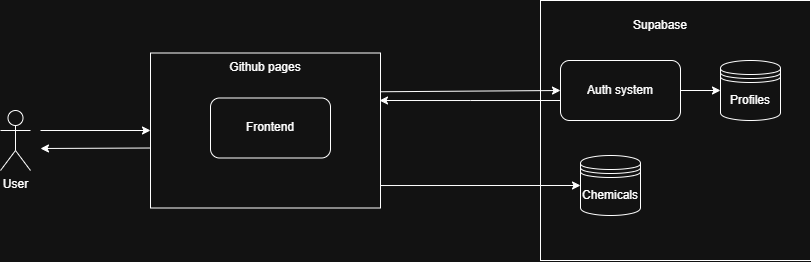
This is Architectural_design/UML_charts/UML-deployment diagram.drawio.png from foxesdancing/Chemical-Register-OHTUII, a draw.io export, as it was before one commit. Source tidied: cells renumbered, new cells last; positions are measured from the earlier drawing's top-left corner, leaving out a move shared by most shapes.
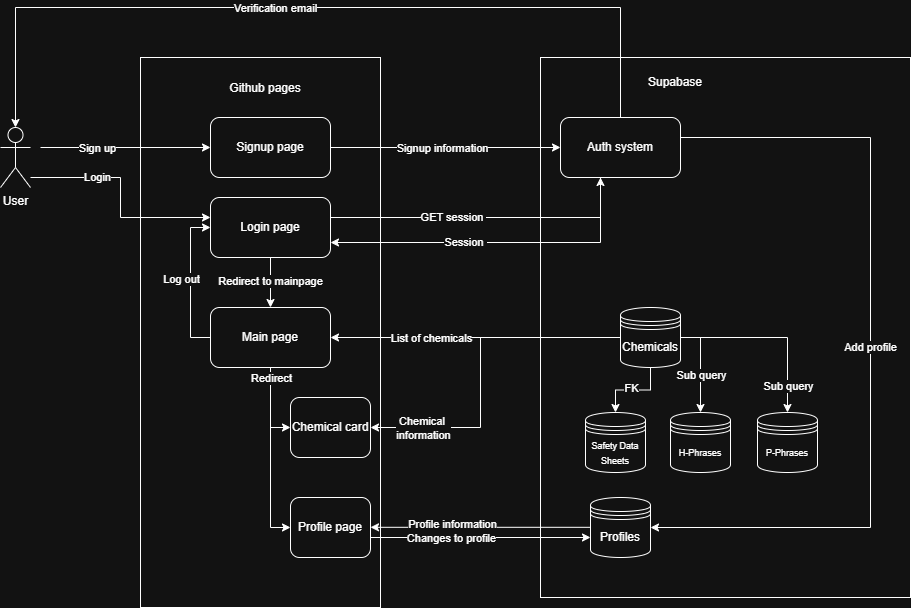
After the commit.

Commit message:
Added the list functionality using RPC from supabase and new Javascript code, also left the old one

The edit, as a diff of the source:
```diff
@@ -3,59 +3,233 @@
     <mxCell id="0" />
     <mxCell id="1" parent="0" />
     <mxCell id="2" value="User" style="shape=umlActor;verticalLabelPosition=bottom;verticalAlign=top;html=1;outlineConnect=0;" parent="1" vertex="1">
-      <mxGeometry y="110" width="30" height="60" as="geometry" />
+      <mxGeometry y="70" width="30" height="60" as="geometry" />
     </mxCell>
     <mxCell id="3" style="rounded=0;whiteSpace=wrap;html=1;" parent="1" vertex="1">
-      <mxGeometry x="150" y="52.5" width="230" height="155" as="geometry" />
+      <mxGeometry x="140" width="240" height="550" as="geometry" />
     </mxCell>
-    <mxCell id="4" value="Frontend" style="rounded=1;whiteSpace=wrap;html=1;" parent="1" vertex="1">
-      <mxGeometry x="210" y="97.5" width="120" height="60" as="geometry" />
+    <mxCell id="4" value="Signup page" style="rounded=1;whiteSpace=wrap;html=1;" parent="1" vertex="1">
+      <mxGeometry x="210" y="60" width="120" height="60" as="geometry" />
     </mxCell>
     <mxCell id="5" value="Github pages" style="text;html=1;whiteSpace=wrap;strokeColor=none;fillColor=none;align=center;verticalAlign=middle;rounded=0;" parent="1" vertex="1">
-      <mxGeometry x="220" y="52.5" width="90" height="30" as="geometry" />
+      <mxGeometry x="220" y="10" width="90" height="42.5" as="geometry" />
     </mxCell>
-    <mxCell id="6" style="endArrow=classic;html=1;rounded=0;entryX=0;entryY=0.5;entryDx=0;entryDy=0;" parent="1" edge="1" target="3">
+    <mxCell id="6" style="endArrow=classic;html=1;rounded=0;entryX=0;entryY=0.5;entryDx=0;entryDy=0;" parent="1" edge="1" target="4">
       <mxGeometry relative="1" as="geometry">
-        <mxPoint x="40" y="130" as="sourcePoint" />
+        <mxPoint x="40" y="90" as="sourcePoint" />
       </mxGeometry>
     </mxCell>
-    <mxCell id="7" style="endArrow=classic;html=1;rounded=0;exitX=0;exitY=0.613;exitDx=0;exitDy=0;exitPerimeter=0;" parent="1" edge="1" source="3">
-      <mxGeometry relative="1" as="geometry">
-        <mxPoint x="40" y="148" as="targetPoint" />
-      </mxGeometry>
-    </mxCell>
+    <mxCell id="17" value="Sign up" style="edgeLabel;html=1;align=center;verticalAlign=middle;" parent="6" vertex="1">
+      <mxGeometry x="-0.34" relative="1" as="geometry" />
+    </mxCell>
     <mxCell id="8" style="rounded=0;whiteSpace=wrap;html=1;" parent="1" vertex="1">
-      <mxGeometry x="540" width="270" height="260" as="geometry" />
+      <mxGeometry x="540" width="370" height="540" as="geometry" />
     </mxCell>
     <mxCell id="9" value="Supabase" style="text;html=1;whiteSpace=wrap;strokeColor=none;fillColor=none;align=center;verticalAlign=middle;rounded=0;" parent="1" vertex="1">
-      <mxGeometry x="630" y="10" width="60" height="30" as="geometry" />
+      <mxGeometry x="645" y="10" width="60" height="30" as="geometry" />
     </mxCell>
-    <mxCell id="10" style="edgeStyle=orthogonalEdgeStyle;rounded=0;jettySize=auto;html=1;" parent="1" edge="1" source="11" target="12">
-      <mxGeometry relative="1" as="geometry" />
+    <mxCell id="10" value="Add profile" style="edgeStyle=orthogonalEdgeStyle;rounded=0;jettySize=auto;html=1;exitX=1;exitY=0.5;exitDx=0;exitDy=0;entryX=1;entryY=0.5;entryDx=0;entryDy=0;" parent="1" edge="1" target="12">
+      <mxGeometry relative="1" as="geometry">
+        <mxPoint x="680" y="80" as="sourcePoint" />
+        <Array as="points">
+          <mxPoint x="870" y="80" />
+          <mxPoint x="870" y="470" />
+        </Array>
+      </mxGeometry>
     </mxCell>
+    <mxCell id="18" style="edgeStyle=orthogonalEdgeStyle;rounded=0;jettySize=auto;html=1;entryX=0.5;entryY=0;entryDx=0;entryDy=0;entryPerimeter=0;exitX=0.5;exitY=0;exitDx=0;exitDy=0;" parent="1" edge="1" source="11" target="2">
+      <mxGeometry relative="1" as="geometry">
+        <Array as="points">
+          <mxPoint x="620" y="-50" />
+          <mxPoint x="15" y="-50" />
+        </Array>
+      </mxGeometry>
+    </mxCell>
+    <mxCell id="19" value="Verification email" style="edgeLabel;html=1;align=center;verticalAlign=middle;" parent="18" vertex="1">
+      <mxGeometry x="0.09" relative="1" as="geometry" />
+    </mxCell>
+    <mxCell id="20" style="edgeStyle=orthogonalEdgeStyle;rounded=0;jettySize=auto;html=1;entryX=1;entryY=0.75;entryDx=0;entryDy=0;" parent="1" edge="1" source="11" target="39">
+      <mxGeometry relative="1" as="geometry">
+        <Array as="points">
+          <mxPoint x="600" y="185" />
+        </Array>
+      </mxGeometry>
+    </mxCell>
+    <mxCell id="21" value="Session&amp;nbsp;" style="edgeLabel;html=1;align=center;verticalAlign=middle;" parent="20" vertex="1">
+      <mxGeometry x="0.2" y="-2" relative="1" as="geometry">
+        <mxPoint y="1" as="offset" />
+      </mxGeometry>
+    </mxCell>
     <mxCell id="11" value="Auth system" style="rounded=1;whiteSpace=wrap;html=1;" parent="1" vertex="1">
       <mxGeometry x="560" y="60" width="120" height="60" as="geometry" />
     </mxCell>
+    <mxCell id="22" style="edgeStyle=orthogonalEdgeStyle;rounded=0;orthogonalLoop=1;jettySize=auto;html=1;entryX=1;entryY=0.333;entryDx=0;entryDy=0;entryPerimeter=0;" parent="1" edge="1">
+      <mxGeometry relative="1" as="geometry">
+        <mxPoint x="590" y="469.8" as="sourcePoint" />
+        <mxPoint x="370" y="469.8" as="targetPoint" />
+        <Array as="points">
+          <mxPoint x="540" y="469.8" />
+          <mxPoint x="540" y="469.8" />
+        </Array>
+      </mxGeometry>
+    </mxCell>
+    <mxCell id="23" value="Profile information" style="edgeLabel;html=1;align=center;verticalAlign=middle;" parent="22" vertex="1">
+      <mxGeometry x="0.64" y="-3" relative="1" as="geometry">
+        <mxPoint x="41" as="offset" />
+      </mxGeometry>
+    </mxCell>
     <mxCell id="12" value="Profiles" style="shape=datastore;whiteSpace=wrap;html=1;" parent="1" vertex="1">
-      <mxGeometry x="720" y="60" width="60" height="60" as="geometry" />
+      <mxGeometry x="590" y="440" width="60" height="60" as="geometry" />
     </mxCell>
+    <mxCell id="24" style="edgeStyle=orthogonalEdgeStyle;rounded=0;jettySize=auto;html=1;entryX=1;entryY=0.5;entryDx=0;entryDy=0;" parent="1" edge="1" source="13" target="47">
+      <mxGeometry relative="1" as="geometry" />
+    </mxCell>
+    <mxCell id="25" value="List of chemicals" style="edgeLabel;html=1;align=center;verticalAlign=middle;" parent="24" vertex="1">
+      <mxGeometry x="0.28" y="3" relative="1" as="geometry">
+        <mxPoint x="-5" y="-3" as="offset" />
+      </mxGeometry>
+    </mxCell>
+    <mxCell id="26" style="edgeStyle=orthogonalEdgeStyle;rounded=0;jettySize=auto;html=1;entryX=0.5;entryY=0;entryDx=0;entryDy=0;exitX=1;exitY=0.7;exitDx=0;exitDy=0;" parent="1" edge="1" source="13" target="49">
+      <mxGeometry relative="1" as="geometry">
+        <Array as="points">
+          <mxPoint x="680" y="280" />
+          <mxPoint x="700" y="280" />
+        </Array>
+      </mxGeometry>
+    </mxCell>
+    <mxCell id="27" value="Sub query" style="edgeLabel;html=1;align=center;verticalAlign=middle;" parent="26" vertex="1">
+      <mxGeometry x="-0.1" y="3" relative="1" as="geometry">
+        <mxPoint x="-3" y="21" as="offset" />
+      </mxGeometry>
+    </mxCell>
+    <mxCell id="28" style="edgeStyle=orthogonalEdgeStyle;rounded=0;jettySize=auto;html=1;entryX=0.5;entryY=0;entryDx=0;entryDy=0;" parent="1" edge="1" source="13" target="50">
+      <mxGeometry relative="1" as="geometry">
+        <Array as="points">
+          <mxPoint x="787" y="280" />
+        </Array>
+      </mxGeometry>
+    </mxCell>
+    <mxCell id="29" value="Sub query" style="edgeLabel;html=1;align=center;verticalAlign=middle;" parent="28" vertex="1">
+      <mxGeometry x="0.67" relative="1" as="geometry">
+        <mxPoint y="3" as="offset" />
+      </mxGeometry>
+    </mxCell>
+    <mxCell id="30" style="edgeStyle=orthogonalEdgeStyle;rounded=0;jettySize=auto;html=1;entryX=0.5;entryY=0;entryDx=0;entryDy=0;" parent="1" edge="1" source="13" target="48">
+      <mxGeometry relative="1" as="geometry" />
+    </mxCell>
+    <mxCell id="31" value="FK" style="edgeLabel;html=1;align=center;verticalAlign=middle;" parent="30" vertex="1">
+      <mxGeometry x="0.33" y="-3" relative="1" as="geometry">
+        <mxPoint x="11" y="1" as="offset" />
+      </mxGeometry>
+    </mxCell>
+    <mxCell id="32" style="edgeStyle=orthogonalEdgeStyle;rounded=0;jettySize=auto;html=1;entryX=1;entryY=0.5;entryDx=0;entryDy=0;" parent="1" edge="1" source="13" target="54">
+      <mxGeometry relative="1" as="geometry">
+        <Array as="points">
+          <mxPoint x="480" y="280" />
+          <mxPoint x="480" y="370" />
+        </Array>
+      </mxGeometry>
+    </mxCell>
+    <mxCell id="33" value="Chemical&amp;nbsp;&lt;div&gt;information&lt;/div&gt;" style="edgeLabel;html=1;align=center;verticalAlign=middle;" parent="32" vertex="1">
+      <mxGeometry x="0.8" y="-3" relative="1" as="geometry">
+        <mxPoint x="18" y="3" as="offset" />
+      </mxGeometry>
+    </mxCell>
     <mxCell id="13" value="Chemicals" style="shape=datastore;whiteSpace=wrap;html=1;" parent="1" vertex="1">
-      <mxGeometry x="580" y="155" width="60" height="60" as="geometry" />
+      <mxGeometry x="620" y="250" width="60" height="60" as="geometry" />
     </mxCell>
-    <mxCell id="14" style="endArrow=classic;html=1;rounded=0;entryX=0;entryY=0.5;entryDx=0;entryDy=0;exitX=1;exitY=0.25;exitDx=0;exitDy=0;" parent="1" edge="1" source="3" target="11">
+    <mxCell id="14" style="endArrow=classic;html=1;rounded=0;entryX=0;entryY=0.5;entryDx=0;entryDy=0;" parent="1" edge="1" source="4" target="11">
       <mxGeometry relative="1" as="geometry" />
     </mxCell>
-    <mxCell id="15" style="endArrow=classic;html=1;rounded=0;exitX=0;exitY=0.833;exitDx=0;exitDy=0;exitPerimeter=0;" parent="1" edge="1">
-      <mxGeometry relative="1" as="geometry">
-        <mxPoint x="560" y="100" as="sourcePoint" />
-        <mxPoint x="379" y="100" as="targetPoint" />
-        <Array as="points">
-          <mxPoint x="470" y="100" />
-        </Array>
-      </mxGeometry>
-    </mxCell>
-    <mxCell id="16" style="endArrow=classic;html=1;rounded=0;entryX=0;entryY=0.5;entryDx=0;entryDy=0;exitX=1;exitY=0.855;exitDx=0;exitDy=0;exitPerimeter=0;" parent="1" edge="1" source="3" target="13">
-      <mxGeometry relative="1" as="geometry" />
-    </mxCell>
+    <mxCell id="34" value="Signup information" style="edgeLabel;html=1;align=center;verticalAlign=middle;" parent="14" vertex="1">
+      <mxGeometry x="-0.24" relative="1" as="geometry">
+        <mxPoint x="23" as="offset" />
+      </mxGeometry>
+    </mxCell>
+    <mxCell id="35" style="edgeStyle=orthogonalEdgeStyle;rounded=0;jettySize=auto;html=1;" parent="1" edge="1" source="39">
+      <mxGeometry relative="1" as="geometry">
+        <mxPoint x="600" y="120" as="targetPoint" />
+        <Array as="points">
+          <mxPoint x="600" y="160" />
+          <mxPoint x="600" y="120" />
+        </Array>
+      </mxGeometry>
+    </mxCell>
+    <mxCell id="36" value="GET session&amp;nbsp;" style="edgeLabel;html=1;align=center;verticalAlign=middle;" parent="35" vertex="1">
+      <mxGeometry x="-0.12" y="1" relative="1" as="geometry">
+        <mxPoint x="-15" as="offset" />
+      </mxGeometry>
+    </mxCell>
+    <mxCell id="37" style="edgeStyle=orthogonalEdgeStyle;rounded=0;jettySize=auto;html=1;entryX=0.5;entryY=0;entryDx=0;entryDy=0;" parent="1" edge="1" source="39" target="47">
+      <mxGeometry relative="1" as="geometry" />
+    </mxCell>
+    <mxCell id="38" value="Redirect to mainpage" style="edgeLabel;html=1;align=center;verticalAlign=middle;" parent="37" vertex="1">
+      <mxGeometry x="-0.09" y="-1" relative="1" as="geometry" />
+    </mxCell>
+    <mxCell id="39" value="Login page" style="rounded=1;whiteSpace=wrap;html=1;" parent="1" vertex="1">
+      <mxGeometry x="210" y="140" width="120" height="60" as="geometry" />
+    </mxCell>
+    <mxCell id="40" style="edgeStyle=orthogonalEdgeStyle;rounded=0;jettySize=auto;html=1;" parent="1" edge="1" source="2" target="39">
+      <mxGeometry relative="1" as="geometry">
+        <Array as="points">
+          <mxPoint x="120" y="120" />
+          <mxPoint x="120" y="160" />
+        </Array>
+      </mxGeometry>
+    </mxCell>
+    <mxCell id="41" value="Login" style="edgeLabel;html=1;align=center;verticalAlign=middle;" parent="40" vertex="1">
+      <mxGeometry x="-0.4" y="1" relative="1" as="geometry" />
+    </mxCell>
+    <mxCell id="42" style="edgeStyle=orthogonalEdgeStyle;rounded=0;jettySize=auto;html=1;entryX=0;entryY=0.5;entryDx=0;entryDy=0;" parent="1" edge="1" source="47" target="53">
+      <mxGeometry relative="1" as="geometry" />
+    </mxCell>
+    <mxCell id="43" style="edgeStyle=orthogonalEdgeStyle;rounded=0;jettySize=auto;html=1;entryX=0;entryY=0.5;entryDx=0;entryDy=0;" parent="1" edge="1" source="47" target="54">
+      <mxGeometry relative="1" as="geometry" />
+    </mxCell>
+    <mxCell id="44" value="Redirect" style="edgeLabel;html=1;align=center;verticalAlign=middle;" parent="43" vertex="1">
+      <mxGeometry x="-0.74" relative="1" as="geometry" />
+    </mxCell>
+    <mxCell id="45" style="edgeStyle=orthogonalEdgeStyle;rounded=0;jettySize=auto;html=1;entryX=0;entryY=0.5;entryDx=0;entryDy=0;" parent="1" edge="1" source="47" target="39">
+      <mxGeometry relative="1" as="geometry">
+        <Array as="points">
+          <mxPoint x="190" y="280" />
+          <mxPoint x="190" y="170" />
+        </Array>
+      </mxGeometry>
+    </mxCell>
+    <mxCell id="46" value="Log out" style="edgeLabel;html=1;align=center;verticalAlign=middle;" parent="45" vertex="1">
+      <mxGeometry x="-0.1" y="1" relative="1" as="geometry">
+        <mxPoint x="-9" y="-12" as="offset" />
+      </mxGeometry>
+    </mxCell>
+    <mxCell id="47" value="Main page" style="rounded=1;whiteSpace=wrap;html=1;" parent="1" vertex="1">
+      <mxGeometry x="210" y="250" width="120" height="60" as="geometry" />
+    </mxCell>
+    <mxCell id="48" value="&lt;font style=&quot;font-size: 9px;&quot;&gt;Safety Data Sheets&lt;/font&gt;" style="shape=datastore;whiteSpace=wrap;html=1;" parent="1" vertex="1">
+      <mxGeometry x="585" y="355" width="60" height="60" as="geometry" />
+    </mxCell>
+    <mxCell id="49" value="&lt;font style=&quot;font-size: 9px;&quot;&gt;H-Phrases&lt;/font&gt;" style="shape=datastore;whiteSpace=wrap;html=1;" parent="1" vertex="1">
+      <mxGeometry x="670" y="355" width="60" height="60" as="geometry" />
+    </mxCell>
+    <mxCell id="50" value="&lt;font style=&quot;font-size: 9px;&quot;&gt;P-Phrases&lt;/font&gt;" style="shape=datastore;whiteSpace=wrap;html=1;" parent="1" vertex="1">
+      <mxGeometry x="757" y="355" width="60" height="60" as="geometry" />
+    </mxCell>
+    <mxCell id="51" style="edgeStyle=orthogonalEdgeStyle;rounded=0;orthogonalLoop=1;jettySize=auto;html=1;" parent="1" edge="1">
+      <mxGeometry relative="1" as="geometry">
+        <mxPoint x="370" y="480" as="sourcePoint" />
+        <mxPoint x="590" y="480" as="targetPoint" />
+      </mxGeometry>
+    </mxCell>
+    <mxCell id="52" value="Changes to profile" style="edgeLabel;html=1;align=center;verticalAlign=middle;" parent="51" vertex="1">
+      <mxGeometry x="-0.73" y="1" relative="1" as="geometry">
+        <mxPoint x="51" y="1" as="offset" />
+      </mxGeometry>
+    </mxCell>
+    <mxCell id="53" value="Profile page" style="rounded=1;whiteSpace=wrap;html=1;" parent="1" vertex="1">
+      <mxGeometry x="290" y="440" width="80" height="60" as="geometry" />
+    </mxCell>
+    <mxCell id="54" value="Chemical card" style="rounded=1;whiteSpace=wrap;html=1;" parent="1" vertex="1">
+      <mxGeometry x="290" y="340" width="80" height="60" as="geometry" />
+    </mxCell>
   </root>
 </mxGraphModel>
```
